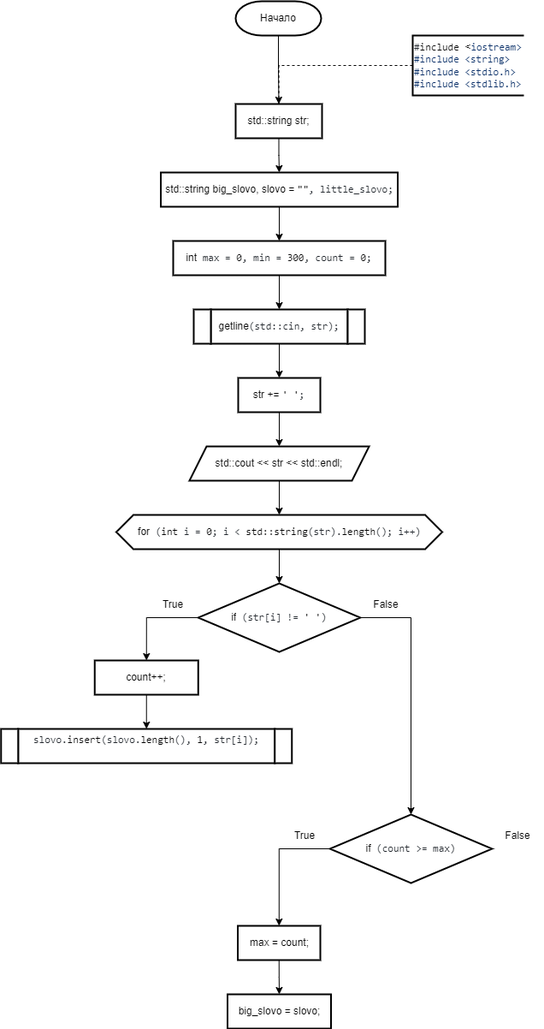
The draw.io diagram 2 Семестр/Labs/6 Лаба/6 Лаба.png in IlyaFedoseev227/LABS-PNRPU-IVT-22-1b, before a commit. Source tidied: cells renumbered, new cells last; positions are measured from the earlier drawing's top-left corner, leaving out a move shared by most shapes.
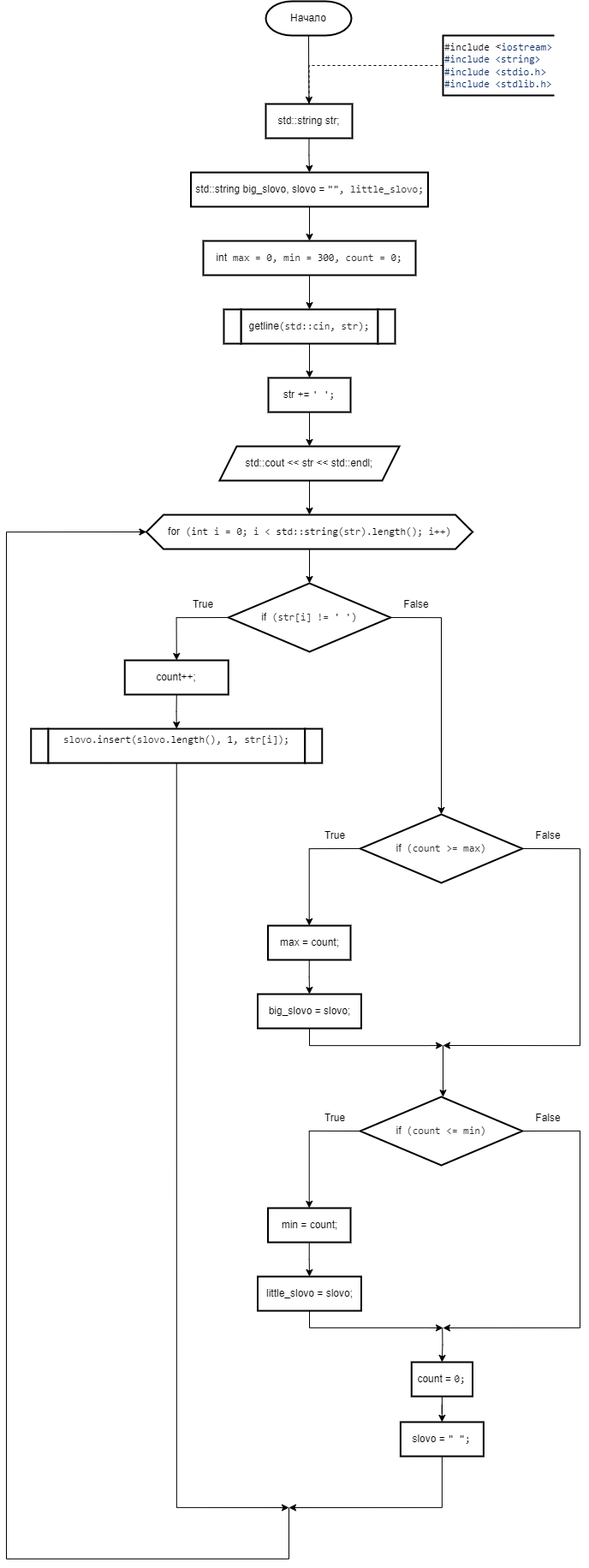
The same diagram one commit later.

What changed in the source:
```diff
@@ -87,6 +87,14 @@
     <mxCell id="28" value="&lt;div style=&quot;text-align: start;&quot;&gt;count++;&lt;br&gt;&lt;/div&gt;" style="shape=parallelogram;perimeter=parallelogramPerimeter;whiteSpace=wrap;html=1;fixedSize=1;strokeWidth=2;size=-6;" parent="1" vertex="1">
       <mxGeometry x="109.2" y="770" width="121" height="40" as="geometry" />
     </mxCell>
+    <mxCell id="39" style="edgeStyle=orthogonalEdgeStyle;rounded=0;jettySize=auto;html=1;exitX=0.5;exitY=1;exitDx=0;exitDy=0;" parent="1" edge="1" source="29">
+      <mxGeometry relative="1" as="geometry">
+        <mxPoint x="301" y="1760" as="targetPoint" />
+        <Array as="points">
+          <mxPoint x="170" y="1760" />
+        </Array>
+      </mxGeometry>
+    </mxCell>
     <mxCell id="29" value="&#10;&lt;span style=&quot;color: rgb(36, 41, 47); font-family: ui-monospace, SFMono-Regular, &amp;quot;SF Mono&amp;quot;, Menlo, Consolas, &amp;quot;Liberation Mono&amp;quot;, monospace; font-size: 12px; font-style: normal; font-variant-ligatures: normal; font-variant-caps: normal; font-weight: 400; letter-spacing: normal; orphans: 2; text-align: start; text-indent: 0px; text-transform: none; widows: 2; word-spacing: 0px; -webkit-text-stroke-width: 0px; background-color: rgb(255, 255, 255); text-decoration-thickness: initial; text-decoration-style: initial; text-decoration-color: initial; float: none; display: inline !important;&quot;&gt;slovo.&lt;/span&gt;&lt;span style=&quot;box-sizing: border-box; color: var(--color-prettylights-syntax-constant); font-family: ui-monospace, SFMono-Regular, &amp;quot;SF Mono&amp;quot;, Menlo, Consolas, &amp;quot;Liberation Mono&amp;quot;, monospace; font-size: 12px; font-style: normal; font-variant-ligatures: normal; font-variant-caps: normal; font-weight: 400; letter-spacing: normal; orphans: 2; text-align: start; text-indent: 0px; text-transform: none; widows: 2; word-spacing: 0px; -webkit-text-stroke-width: 0px; background-color: rgb(255, 255, 255); text-decoration-thickness: initial; text-decoration-style: initial; text-decoration-color: initial;&quot; class=&quot;pl-c1&quot;&gt;insert&lt;/span&gt;&lt;span style=&quot;color: rgb(36, 41, 47); font-family: ui-monospace, SFMono-Regular, &amp;quot;SF Mono&amp;quot;, Menlo, Consolas, &amp;quot;Liberation Mono&amp;quot;, monospace; font-size: 12px; font-style: normal; font-variant-ligatures: normal; font-variant-caps: normal; font-weight: 400; letter-spacing: normal; orphans: 2; text-align: start; text-indent: 0px; text-transform: none; widows: 2; word-spacing: 0px; -webkit-text-stroke-width: 0px; background-color: rgb(255, 255, 255); text-decoration-thickness: initial; text-decoration-style: initial; text-decoration-color: initial; float: none; display: inline !important;&quot;&gt;(slovo.&lt;/span&gt;&lt;span style=&quot;box-sizing: border-box; color: var(--color-prettylights-syntax-constant); font-family: ui-monospace, SFMono-Regular, &amp;quot;SF Mono&amp;quot;, Menlo, Consolas, &amp;quot;Liberation Mono&amp;quot;, monospace; font-size: 12px; font-style: normal; font-variant-ligatures: normal; font-variant-caps: normal; font-weight: 400; letter-spacing: normal; orphans: 2; text-align: start; text-indent: 0px; text-transform: none; widows: 2; word-spacing: 0px; -webkit-text-stroke-width: 0px; background-color: rgb(255, 255, 255); text-decoration-thickness: initial; text-decoration-style: initial; text-decoration-color: initial;&quot; class=&quot;pl-c1&quot;&gt;length&lt;/span&gt;&lt;span style=&quot;color: rgb(36, 41, 47); font-family: ui-monospace, SFMono-Regular, &amp;quot;SF Mono&amp;quot;, Menlo, Consolas, &amp;quot;Liberation Mono&amp;quot;, monospace; font-size: 12px; font-style: normal; font-variant-ligatures: normal; font-variant-caps: normal; font-weight: 400; letter-spacing: normal; orphans: 2; text-align: start; text-indent: 0px; text-transform: none; widows: 2; word-spacing: 0px; -webkit-text-stroke-width: 0px; background-color: rgb(255, 255, 255); text-decoration-thickness: initial; text-decoration-style: initial; text-decoration-color: initial; float: none; display: inline !important;&quot;&gt;(), &lt;/span&gt;&lt;span style=&quot;box-sizing: border-box; color: var(--color-prettylights-syntax-constant); font-family: ui-monospace, SFMono-Regular, &amp;quot;SF Mono&amp;quot;, Menlo, Consolas, &amp;quot;Liberation Mono&amp;quot;, monospace; font-size: 12px; font-style: normal; font-variant-ligatures: normal; font-variant-caps: normal; font-weight: 400; letter-spacing: normal; orphans: 2; text-align: start; text-indent: 0px; text-transform: none; widows: 2; word-spacing: 0px; -webkit-text-stroke-width: 0px; background-color: rgb(255, 255, 255); text-decoration-thickness: initial; text-decoration-style: initial; text-decoration-color: initial;&quot; class=&quot;pl-c1&quot;&gt;1&lt;/span&gt;&lt;span style=&quot;color: rgb(36, 41, 47); font-family: ui-monospace, SFMono-Regular, &amp;quot;SF Mono&amp;quot;, Menlo, Consolas, &amp;quot;Liberation Mono&amp;quot;, monospace; font-size: 12px; font-style: normal; font-variant-ligatures: normal; font-variant-caps: normal; font-weight: 400; letter-spacing: normal; orphans: 2; text-align: start; text-indent: 0px; text-transform: none; widows: 2; word-spacing: 0px; -webkit-text-stroke-width: 0px; background-color: rgb(255, 255, 255); text-decoration-thickness: initial; text-decoration-style: initial; text-decoration-color: initial; float: none; display: inline !important;&quot;&gt;, str[i]);&lt;/span&gt;&#10;&#10;" style="shape=parallelogram;perimeter=parallelogramPerimeter;whiteSpace=wrap;html=1;fixedSize=1;strokeWidth=2;size=-6;" parent="1" vertex="1">
       <mxGeometry x="19.8" y="850" width="300" height="40" as="geometry" />
     </mxCell>
@@ -99,6 +107,25 @@
     <mxCell id="32" style="edgeStyle=orthogonalEdgeStyle;rounded=0;jettySize=auto;html=1;exitX=0;exitY=0.5;exitDx=0;exitDy=0;" parent="1" edge="1" source="33" target="37">
       <mxGeometry relative="1" as="geometry" />
     </mxCell>
+    <mxCell id="40" style="edgeStyle=orthogonalEdgeStyle;rounded=0;jettySize=auto;html=1;exitX=1;exitY=0.5;exitDx=0;exitDy=0;" parent="1" edge="1" source="33">
+      <mxGeometry relative="1" as="geometry">
+        <mxPoint x="481" y="1220" as="targetPoint" />
+        <Array as="points">
+          <mxPoint x="641" y="990" />
+          <mxPoint x="641" y="1220" />
+        </Array>
+      </mxGeometry>
+    </mxCell>
+    <mxCell id="41" style="edgeStyle=orthogonalEdgeStyle;rounded=0;orthogonalLoop=1;jettySize=auto;html=1;" parent="1" edge="1">
+      <mxGeometry relative="1" as="geometry">
+        <mxPoint x="481" y="1220" as="sourcePoint" />
+        <mxPoint x="481" y="1280" as="targetPoint" />
+        <Array as="points">
+          <mxPoint x="481" y="1280" />
+          <mxPoint x="481" y="1280" />
+        </Array>
+      </mxGeometry>
+    </mxCell>
     <mxCell id="33" value="&lt;div style=&quot;text-align: start;&quot;&gt;if&lt;span style=&quot;color: rgb(36, 41, 47); font-family: ui-monospace, SFMono-Regular, &amp;quot;SF Mono&amp;quot;, Menlo, Consolas, &amp;quot;Liberation Mono&amp;quot;, monospace; background-color: rgb(255, 255, 255);&quot;&gt; (count &amp;gt;= max)&lt;/span&gt;&lt;br&gt;&lt;/div&gt;" style="rhombus;whiteSpace=wrap;html=1;strokeWidth=2;" parent="1" vertex="1">
       <mxGeometry x="384.2" y="950" width="189.5" height="80" as="geometry" />
     </mxCell>
@@ -114,8 +141,88 @@
     <mxCell id="37" value="&lt;div style=&quot;text-align: start;&quot;&gt;max = count;&lt;br&gt;&lt;/div&gt;" style="shape=parallelogram;perimeter=parallelogramPerimeter;whiteSpace=wrap;html=1;fixedSize=1;strokeWidth=2;size=-6;" parent="1" vertex="1">
       <mxGeometry x="276.5" y="1080" width="96.5" height="40" as="geometry" />
     </mxCell>
+    <mxCell id="42" style="edgeStyle=orthogonalEdgeStyle;rounded=0;jettySize=auto;html=1;exitX=0.5;exitY=1;exitDx=0;exitDy=0;" parent="1" edge="1" source="38">
+      <mxGeometry relative="1" as="geometry">
+        <mxPoint x="481" y="1220" as="targetPoint" />
+        <Array as="points">
+          <mxPoint x="325" y="1220" />
+          <mxPoint x="461" y="1220" />
+        </Array>
+      </mxGeometry>
+    </mxCell>
     <mxCell id="38" value="&lt;div style=&quot;text-align: start;&quot;&gt;big_slovo = slovo;&lt;br&gt;&lt;/div&gt;" style="shape=parallelogram;perimeter=parallelogramPerimeter;whiteSpace=wrap;html=1;fixedSize=1;strokeWidth=2;size=-6;" parent="1" vertex="1">
       <mxGeometry x="264.5" y="1160" width="121" height="40" as="geometry" />
     </mxCell>
+    <mxCell id="43" style="edgeStyle=orthogonalEdgeStyle;rounded=0;jettySize=auto;html=1;exitX=0;exitY=0.5;exitDx=0;exitDy=0;" parent="1" edge="1" source="45" target="49">
+      <mxGeometry relative="1" as="geometry" />
+    </mxCell>
+    <mxCell id="44" style="edgeStyle=orthogonalEdgeStyle;rounded=0;jettySize=auto;html=1;exitX=1;exitY=0.5;exitDx=0;exitDy=0;" parent="1" edge="1" source="45">
+      <mxGeometry relative="1" as="geometry">
+        <mxPoint x="481" y="1550" as="targetPoint" />
+        <Array as="points">
+          <mxPoint x="641" y="1320" />
+          <mxPoint x="641" y="1550" />
+        </Array>
+      </mxGeometry>
+    </mxCell>
+    <mxCell id="45" value="&lt;div style=&quot;text-align: start;&quot;&gt;if&lt;span style=&quot;color: rgb(36, 41, 47); font-family: ui-monospace, SFMono-Regular, &amp;quot;SF Mono&amp;quot;, Menlo, Consolas, &amp;quot;Liberation Mono&amp;quot;, monospace; background-color: rgb(255, 255, 255);&quot;&gt; (count &amp;lt;= min)&lt;/span&gt;&lt;br&gt;&lt;/div&gt;" style="rhombus;whiteSpace=wrap;html=1;strokeWidth=2;" parent="1" vertex="1">
+      <mxGeometry x="384.2" y="1280" width="189.5" height="80" as="geometry" />
+    </mxCell>
+    <mxCell id="46" value="True" style="text;html=1;strokeColor=none;fillColor=none;align=center;verticalAlign=middle;whiteSpace=wrap;rounded=0;strokeWidth=2;" parent="1" vertex="1">
+      <mxGeometry x="325" y="1290" width="60" height="30" as="geometry" />
+    </mxCell>
+    <mxCell id="47" value="False" style="text;html=1;strokeColor=none;fillColor=none;align=center;verticalAlign=middle;whiteSpace=wrap;rounded=0;strokeWidth=2;" parent="1" vertex="1">
+      <mxGeometry x="573.8" y="1290" width="60" height="30" as="geometry" />
+    </mxCell>
+    <mxCell id="48" style="edgeStyle=orthogonalEdgeStyle;rounded=0;jettySize=auto;html=1;exitX=0.5;exitY=1;exitDx=0;exitDy=0;" parent="1" edge="1" source="49" target="51">
+      <mxGeometry relative="1" as="geometry" />
+    </mxCell>
+    <mxCell id="49" value="&lt;div style=&quot;text-align: start;&quot;&gt;min = count;&lt;br&gt;&lt;/div&gt;" style="shape=parallelogram;perimeter=parallelogramPerimeter;whiteSpace=wrap;html=1;fixedSize=1;strokeWidth=2;size=-6;" parent="1" vertex="1">
+      <mxGeometry x="276.5" y="1410" width="96.5" height="40" as="geometry" />
+    </mxCell>
+    <mxCell id="50" style="edgeStyle=orthogonalEdgeStyle;rounded=0;jettySize=auto;html=1;exitX=0.5;exitY=1;exitDx=0;exitDy=0;" parent="1" edge="1" source="51">
+      <mxGeometry relative="1" as="geometry">
+        <mxPoint x="481" y="1550" as="targetPoint" />
+        <Array as="points">
+          <mxPoint x="325" y="1550" />
+          <mxPoint x="461" y="1550" />
+        </Array>
+      </mxGeometry>
+    </mxCell>
+    <mxCell id="51" value="&lt;div style=&quot;text-align: start;&quot;&gt;little_slovo = slovo;&lt;br&gt;&lt;/div&gt;" style="shape=parallelogram;perimeter=parallelogramPerimeter;whiteSpace=wrap;html=1;fixedSize=1;strokeWidth=2;size=-6;" parent="1" vertex="1">
+      <mxGeometry x="264.5" y="1490" width="121" height="40" as="geometry" />
+    </mxCell>
+    <mxCell id="52" style="edgeStyle=orthogonalEdgeStyle;rounded=0;jettySize=auto;html=1;exitX=0.5;exitY=1;exitDx=0;exitDy=0;" parent="1" edge="1" target="54">
+      <mxGeometry relative="1" as="geometry">
+        <mxPoint x="480.2" y="1550" as="sourcePoint" />
+      </mxGeometry>
+    </mxCell>
+    <mxCell id="53" style="edgeStyle=orthogonalEdgeStyle;rounded=0;jettySize=auto;html=1;exitX=0.5;exitY=1;exitDx=0;exitDy=0;" parent="1" edge="1" source="54" target="57">
+      <mxGeometry relative="1" as="geometry" />
+    </mxCell>
+    <mxCell id="54" value="&lt;div style=&quot;text-align: start;&quot;&gt;count = &lt;span style=&quot;box-sizing: border-box; color: var(--color-prettylights-syntax-constant); font-family: ui-monospace, SFMono-Regular, &amp;quot;SF Mono&amp;quot;, Menlo, Consolas, &amp;quot;Liberation Mono&amp;quot;, monospace; background-color: rgb(255, 255, 255);&quot; class=&quot;pl-c1&quot;&gt;0&lt;/span&gt;&lt;span style=&quot;color: rgb(36, 41, 47); font-family: ui-monospace, SFMono-Regular, &amp;quot;SF Mono&amp;quot;, Menlo, Consolas, &amp;quot;Liberation Mono&amp;quot;, monospace; background-color: rgb(255, 255, 255);&quot;&gt;;&lt;/span&gt;&lt;br&gt;&lt;/div&gt;" style="shape=parallelogram;perimeter=parallelogramPerimeter;whiteSpace=wrap;html=1;fixedSize=1;strokeWidth=2;size=-6;" parent="1" vertex="1">
+      <mxGeometry x="444.2" y="1590" width="71.2" height="40" as="geometry" />
+    </mxCell>
+    <mxCell id="55" style="edgeStyle=orthogonalEdgeStyle;rounded=0;jettySize=auto;html=1;exitX=0.5;exitY=1;exitDx=0;exitDy=0;" parent="1" edge="1" source="57">
+      <mxGeometry relative="1" as="geometry">
+        <mxPoint x="301" y="1760" as="targetPoint" />
+        <Array as="points">
+          <mxPoint x="480" y="1760" />
+        </Array>
+      </mxGeometry>
+    </mxCell>
+    <mxCell id="56" style="edgeStyle=orthogonalEdgeStyle;rounded=0;jettySize=auto;html=1;entryX=0;entryY=0.5;entryDx=0;entryDy=0;" parent="1" edge="1" target="21">
+      <mxGeometry relative="1" as="geometry">
+        <mxPoint x="301" y="1760" as="sourcePoint" />
+        <Array as="points">
+          <mxPoint x="301" y="1820" />
+          <mxPoint x="-29" y="1820" />
+          <mxPoint x="-29" y="620" />
+        </Array>
+      </mxGeometry>
+    </mxCell>
+    <mxCell id="57" value="&lt;div style=&quot;text-align: start;&quot;&gt;slovo = &lt;span style=&quot;box-sizing: border-box; color: var(--color-prettylights-syntax-string); font-family: ui-monospace, SFMono-Regular, &amp;quot;SF Mono&amp;quot;, Menlo, Consolas, &amp;quot;Liberation Mono&amp;quot;, monospace; background-color: rgb(255, 255, 255);&quot; class=&quot;pl-s&quot;&gt;&lt;span style=&quot;box-sizing: border-box; color: var(--color-prettylights-syntax-string);&quot; class=&quot;pl-pds&quot;&gt;&quot;&lt;/span&gt; &lt;span style=&quot;box-sizing: border-box; color: var(--color-prettylights-syntax-string);&quot; class=&quot;pl-pds&quot;&gt;&quot;&lt;/span&gt;&lt;/span&gt;&lt;span style=&quot;color: rgb(36, 41, 47); font-family: ui-monospace, SFMono-Regular, &amp;quot;SF Mono&amp;quot;, Menlo, Consolas, &amp;quot;Liberation Mono&amp;quot;, monospace; background-color: rgb(255, 255, 255);&quot;&gt;;&lt;/span&gt;&lt;br&gt;&lt;/div&gt;" style="shape=parallelogram;perimeter=parallelogramPerimeter;whiteSpace=wrap;html=1;fixedSize=1;strokeWidth=2;size=-6;" parent="1" vertex="1">
+      <mxGeometry x="431.4" y="1660" width="97" height="40" as="geometry" />
+    </mxCell>
   </root>
 </mxGraphModel>
```
